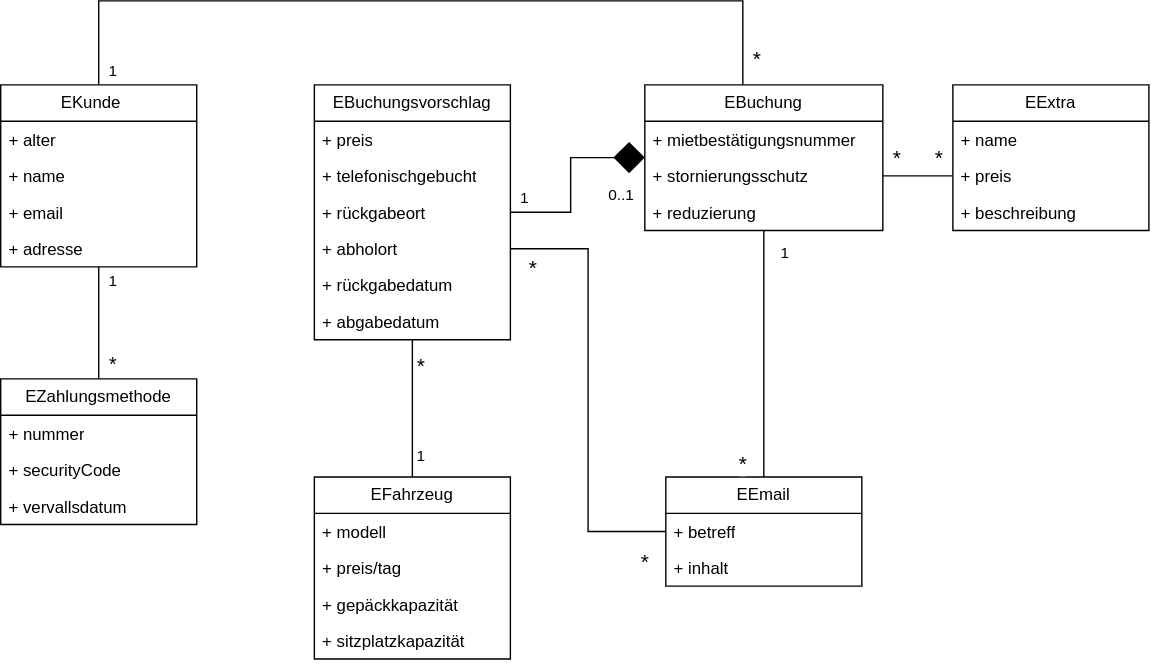
This is sw-eng-04.drawio.svg from MassimiIiano/software-eng-projects-uni, a draw.io export, as it was before one commit. Source tidied: cells renumbered, new cells last; positions are measured from the earlier drawing's top-left corner, leaving out a move shared by most shapes.
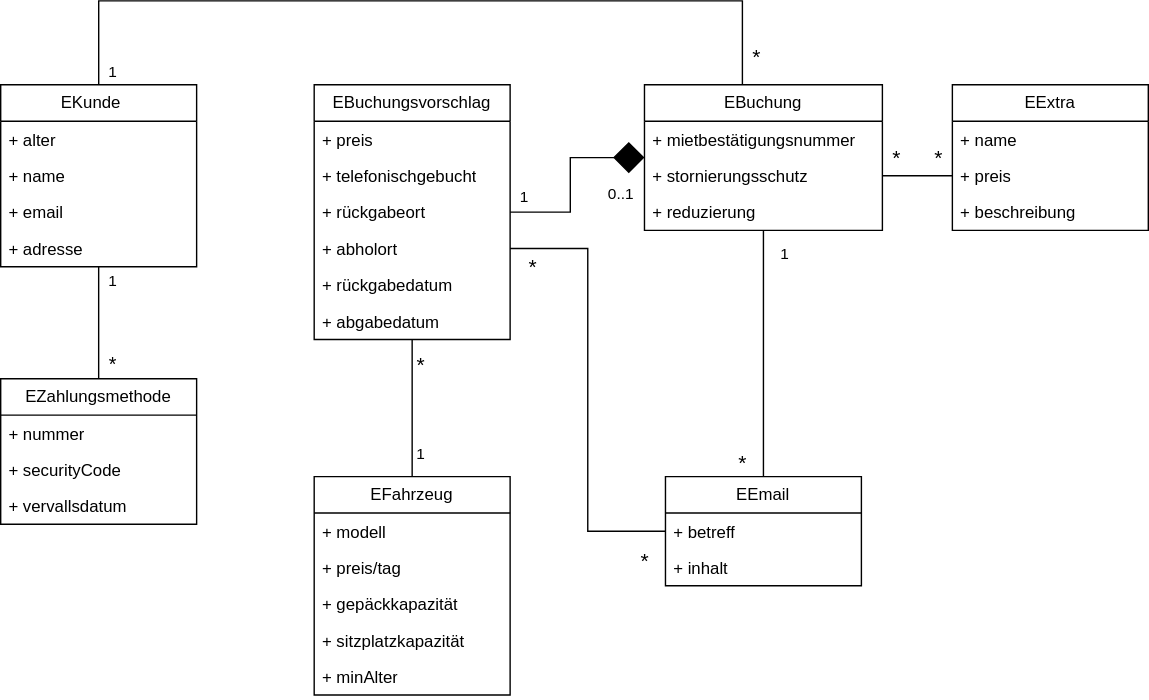
After the commit.

Commit message:
Graph 4: Add minAlter for Fahrezeug

What changed in the source:
```diff
@@ -119,7 +119,7 @@
       </mxGeometry>
     </mxCell>
     <mxCell id="35" value="EFahrzeug" style="swimlane;fontStyle=0;horizontal=1;startSize=26;fillColor=none;whiteSpace=wrap;html=1;" parent="1" vertex="1">
-      <mxGeometry x="224" y="340" width="140" height="130" as="geometry" />
+      <mxGeometry x="224" y="340" width="140" height="156" as="geometry" />
     </mxCell>
     <mxCell id="36" value="+ modell" style="text;strokeColor=none;fillColor=none;align=left;verticalAlign=top;spacingLeft=4;spacingRight=4;overflow=hidden;whiteSpace=wrap;html=1;" parent="35" vertex="1">
       <mxGeometry y="26" width="140" height="26" as="geometry" />
@@ -133,6 +133,9 @@
     <mxCell id="39" value="+ sitzplatzkapazität" style="text;strokeColor=none;fillColor=none;align=left;verticalAlign=top;spacingLeft=4;spacingRight=4;overflow=hidden;whiteSpace=wrap;html=1;" parent="35" vertex="1">
       <mxGeometry y="104" width="140" height="26" as="geometry" />
     </mxCell>
+    <mxCell id="54" value="+ minAlter" style="text;strokeColor=none;fillColor=none;align=left;verticalAlign=top;spacingLeft=4;spacingRight=4;overflow=hidden;whiteSpace=wrap;html=1;" parent="35" vertex="1">
+      <mxGeometry y="130" width="140" height="26" as="geometry" />
+    </mxCell>
     <mxCell id="40" value="EExtra" style="swimlane;fontStyle=0;horizontal=1;startSize=26;fillColor=none;whiteSpace=wrap;html=1;" parent="1" vertex="1">
       <mxGeometry x="680" y="60" width="140" height="104" as="geometry" />
     </mxCell>
```
